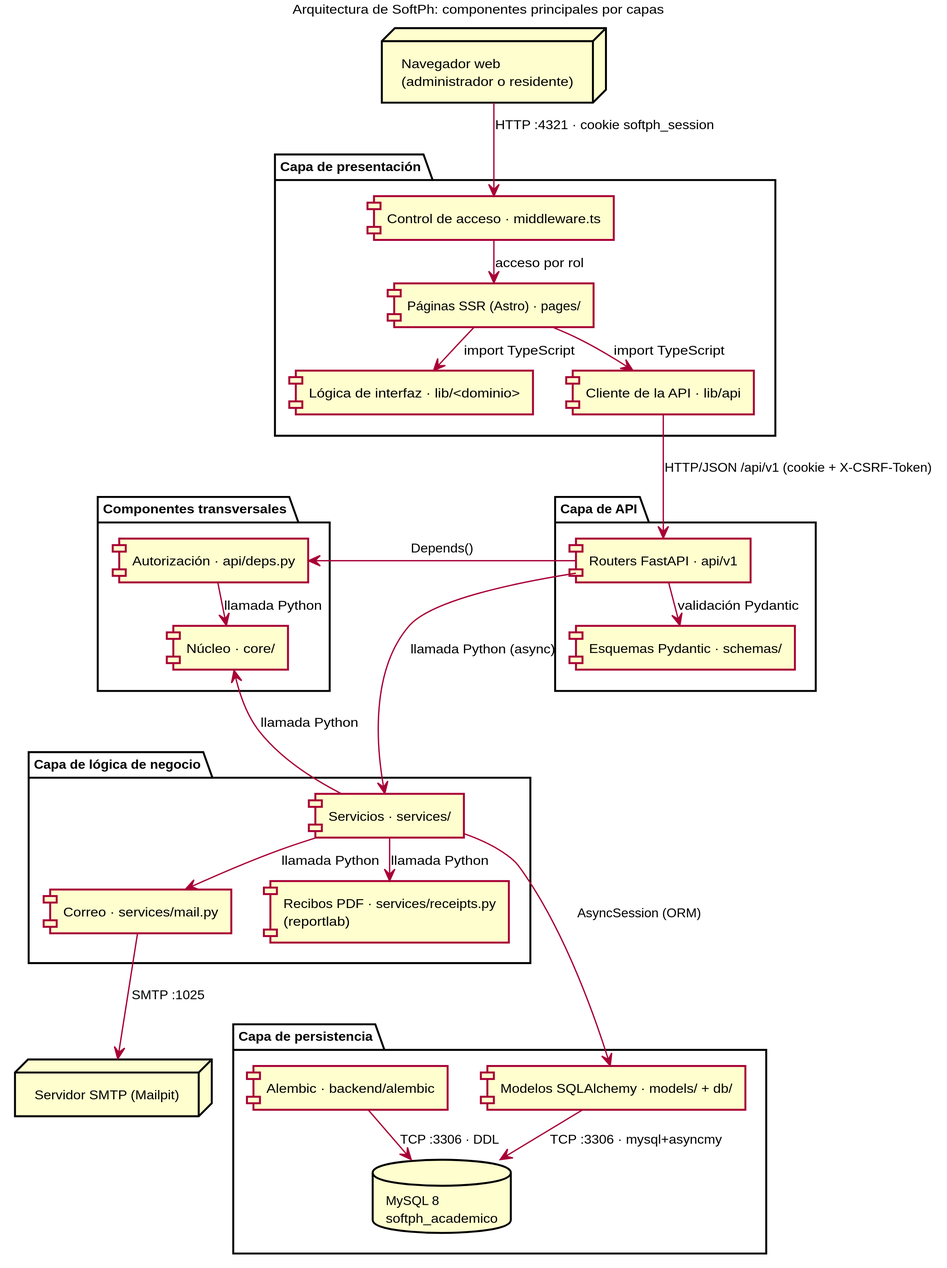
Earlier version of the PlantUML export docs/entrega-objetivos/arquitectura/componentes-resumen.svg (yilberDev/SoftPh-Academico). Its diagram source:
```plantuml
@startuml
skinparam dpi 300
skinparam shadowing false
skinparam defaultFontName Helvetica
skinparam defaultFontSize 10
skinparam componentStyle rectangle
skinparam packageStyle rectangle
skinparam nodesep 30
skinparam ranksep 18
top to bottom direction
title Arquitectura de SoftPh: componentes principales por capas

node "Navegador web\n(administrador o residente)" as browser

package "Capa de presentación" as pres {
  [Control de acceso · middleware.ts] as mw
  [Páginas SSR (Astro) · pages/] as pages
  [Lógica de interfaz · lib/<dominio>] as lib
  [Cliente de la API · lib/api] as client
}

package "Capa de API" as apil {
  [Routers FastAPI · api/v1] as routers
  [Esquemas Pydantic · schemas/] as schemas
}

package "Capa de lógica de negocio" as biz {
  [Servicios · services/] as services
  [Recibos PDF · services/receipts.py\n(reportlab)] as receipts
  [Correo · services/mail.py] as mail
}

package "Capa de persistencia" as pers {
  [Modelos SQLAlchemy · models/ + db/] as models
  [Alembic · backend/alembic] as alembic
  database "MySQL 8\nsoftph_academico" as db
}

package "Componentes transversales" as trans {
  [Autorización · api/deps.py] as deps
  [Núcleo · core/] as core
}

node "Servidor SMTP (Mailpit)" as smtp

browser --> mw : HTTP :4321 · cookie softph_session
mw --> pages : acceso por rol
pages --> lib : import TypeScript
pages --> client : import TypeScript
client --> routers : HTTP/JSON /api/v1 (cookie + X-CSRF-Token)
routers --> schemas : validación Pydantic
routers --> services : llamada Python (async)
routers -left-> deps : Depends()
deps --> core : llamada Python
services --> receipts : llamada Python
services --> mail : llamada Python
services -left-> core : llamada Python
services --> models : AsyncSession (ORM)
models --> db : TCP :3306 · mysql+asyncmy
alembic --> db : TCP :3306 · DDL
mail --> smtp : SMTP :1025
schemas -[hidden]-> services
receipts -[hidden]-> alembic
mail -[hidden]-> models
@enduml
```
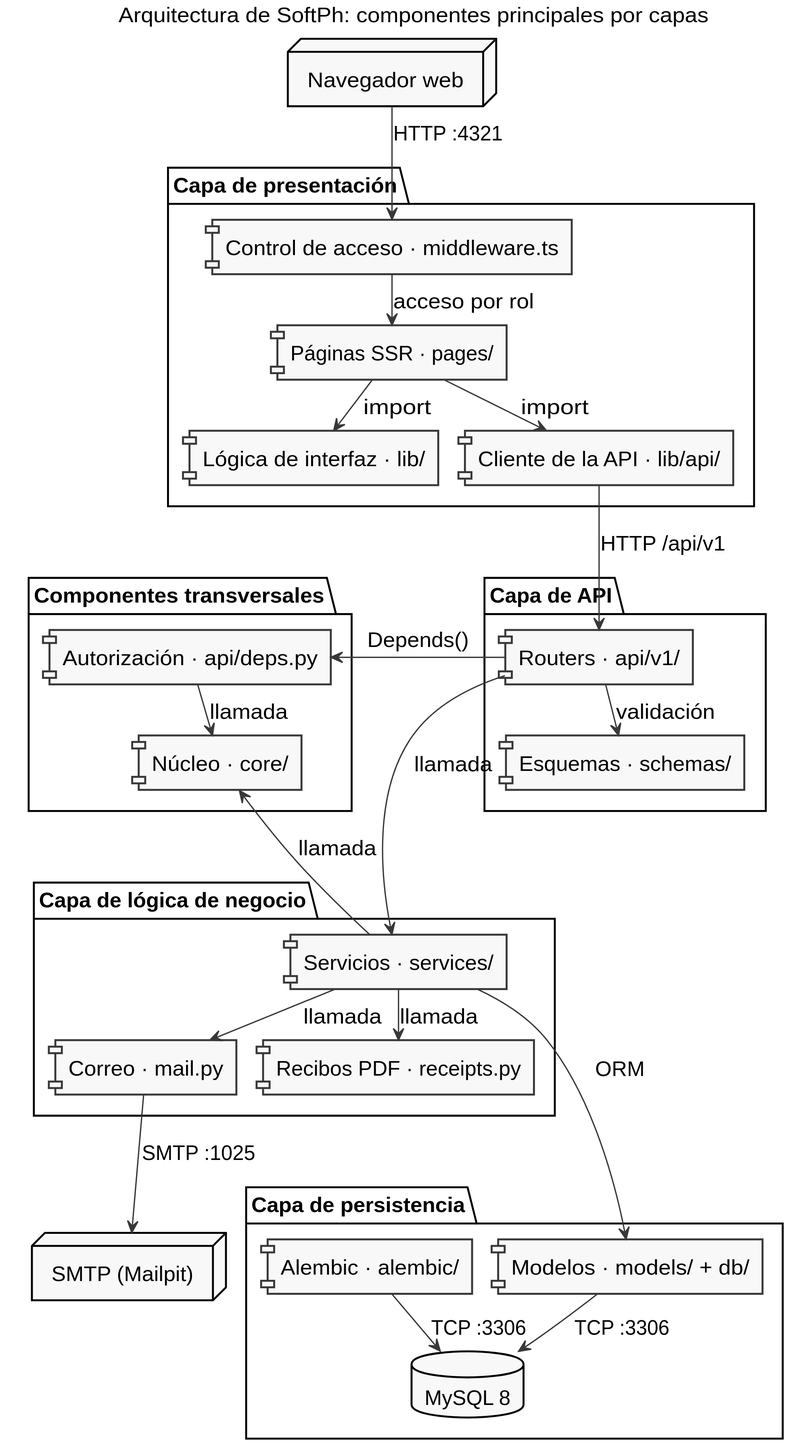
Later version of the same file.

What changed in the source:
```diff
@@ -1,39 +1,41 @@
 @startuml
 skinparam dpi 300
+skinparam monochrome true
+skinparam backgroundColor white
 skinparam shadowing false
 skinparam defaultFontName Helvetica
-skinparam defaultFontSize 10
+skinparam defaultFontSize 16
 skinparam componentStyle rectangle
 skinparam packageStyle rectangle
-skinparam nodesep 30
-skinparam ranksep 18
+skinparam nodesep 20
+skinparam ranksep 10
 top to bottom direction
 title Arquitectura de SoftPh: componentes principales por capas
 
-node "Navegador web\n(administrador o residente)" as browser
+node "Navegador web" as browser
 
 package "Capa de presentación" as pres {
   [Control de acceso · middleware.ts] as mw
-  [Páginas SSR (Astro) · pages/] as pages
-  [Lógica de interfaz · lib/<dominio>] as lib
-  [Cliente de la API · lib/api] as client
+  [Páginas SSR · pages/] as pages
+  [Lógica de interfaz · lib/] as lib
+  [Cliente de la API · lib/api/] as client
 }
 
 package "Capa de API" as apil {
-  [Routers FastAPI · api/v1] as routers
-  [Esquemas Pydantic · schemas/] as schemas
+  [Routers · api/v1/] as routers
+  [Esquemas · schemas/] as schemas
 }
 
 package "Capa de lógica de negocio" as biz {
   [Servicios · services/] as services
-  [Recibos PDF · services/receipts.py\n(reportlab)] as receipts
-  [Correo · services/mail.py] as mail
+  [Recibos PDF · receipts.py] as receipts
+  [Correo · mail.py] as mail
 }
 
 package "Capa de persistencia" as pers {
-  [Modelos SQLAlchemy · models/ + db/] as models
-  [Alembic · backend/alembic] as alembic
-  database "MySQL 8\nsoftph_academico" as db
+  [Modelos · models/ + db/] as models
+  [Alembic · alembic/] as alembic
+  database "MySQL 8" as db
 }
 
 package "Componentes transversales" as trans {
@@ -41,23 +43,23 @@
   [Núcleo · core/] as core
 }
 
-node "Servidor SMTP (Mailpit)" as smtp
+node "SMTP (Mailpit)" as smtp
 
-browser --> mw : HTTP :4321 · cookie softph_session
+browser --> mw : HTTP :4321
 mw --> pages : acceso por rol
-pages --> lib : import TypeScript
-pages --> client : import TypeScript
-client --> routers : HTTP/JSON /api/v1 (cookie + X-CSRF-Token)
-routers --> schemas : validación Pydantic
-routers --> services : llamada Python (async)
+pages --> lib : import
+pages --> client : import
+client --> routers : HTTP /api/v1
+routers --> schemas : validación
+routers --> services : llamada
 routers -left-> deps : Depends()
-deps --> core : llamada Python
-services --> receipts : llamada Python
-services --> mail : llamada Python
-services -left-> core : llamada Python
-services --> models : AsyncSession (ORM)
-models --> db : TCP :3306 · mysql+asyncmy
-alembic --> db : TCP :3306 · DDL
+deps --> core : llamada
+services --> receipts : llamada
+services --> mail : llamada
+services -left-> core : llamada
+services --> models : ORM
+models --> db : TCP :3306
+alembic --> db : TCP :3306
 mail --> smtp : SMTP :1025
 schemas -[hidden]-> services
 receipts -[hidden]-> alembic
```
